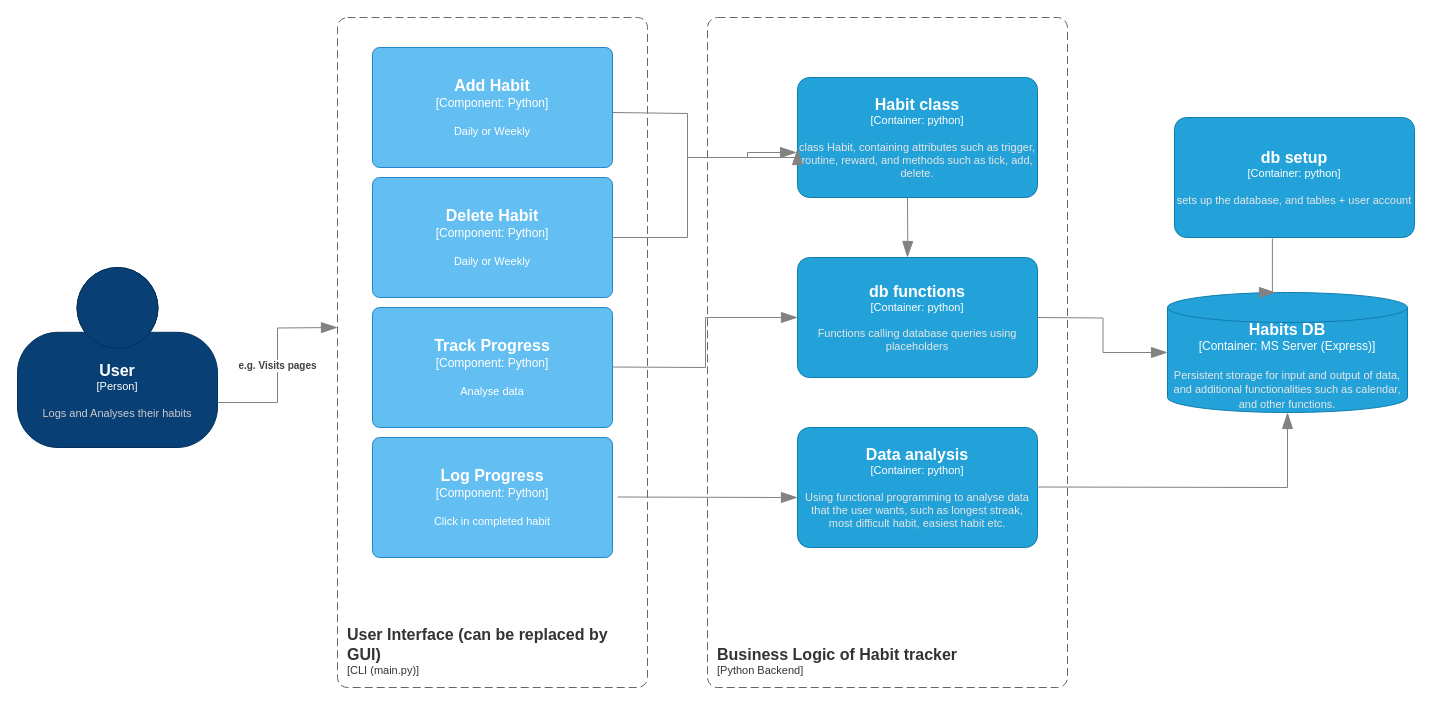
The draw.io diagram Documentation/Usr_flow.drawio in viquta/habit_replacer_tracker, before the edit. Source tidied: cells renumbered, new cells numbered last; positions are measured from the earlier drawing's top-left corner, leaving out a move shared by most shapes. Both pictures are drawn from the tidied source at 100%, with x=0, y=0 at pixel (17, 17).
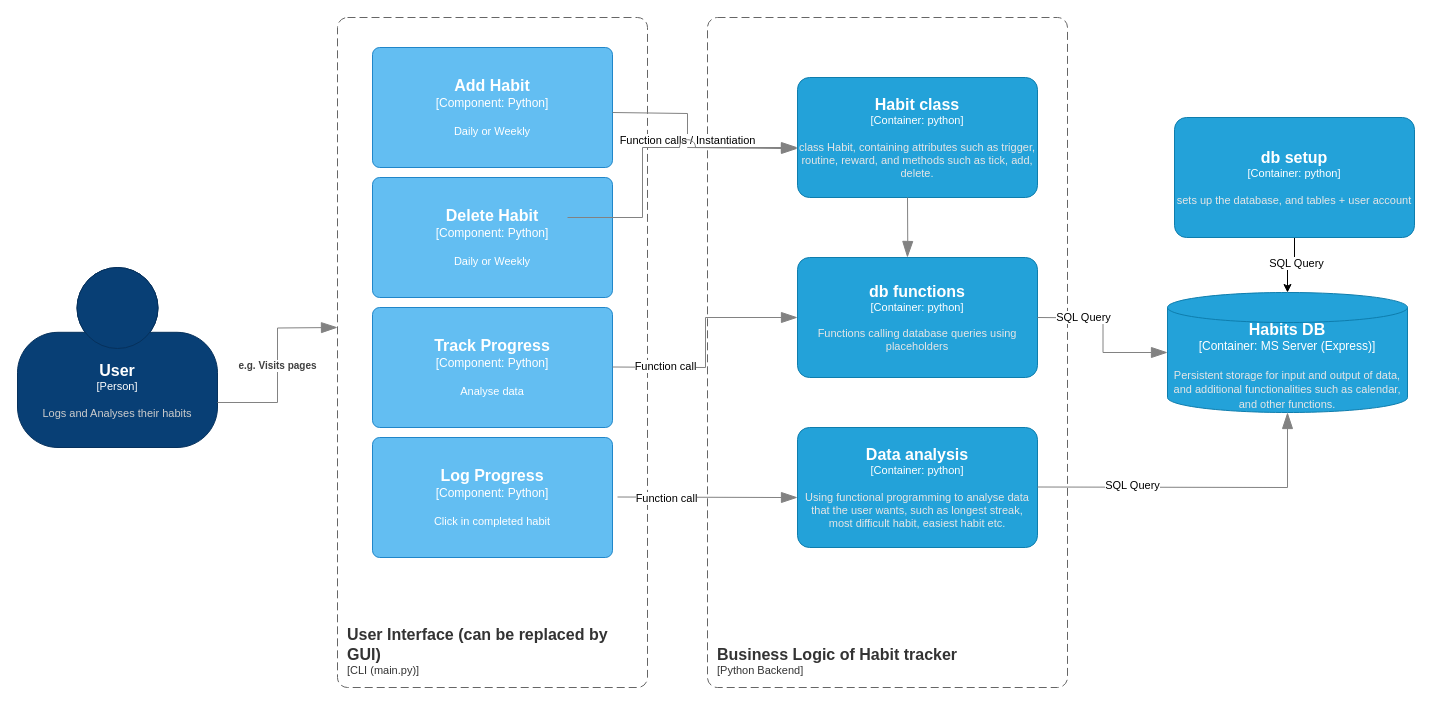
Above is the later version.

The change refers to these unchanged cells:
```xml
<object id="3" label="&lt;font style=&quot;font-size: 16px&quot;&gt;&lt;b&gt;%c4Name%&lt;/b&gt;&lt;/font&gt;&lt;div&gt;[%c4Type%:&amp;nbsp;%c4Technology%]&lt;/div&gt;&lt;br&gt;&lt;div&gt;&lt;font style=&quot;font-size: 11px&quot;&gt;&lt;font color=&quot;#E6E6E6&quot;&gt;%c4Description%&lt;/font&gt;&lt;/div&gt;" c4Description="Persistent storage for input and output of data, and additional functionalities such as calendar, and other functions.  " c4Name="Habits DB" c4Technology="MS Server (Express)" c4Type="Container" placeholders="1">
  <mxCell style="shape=cylinder3;size=15;whiteSpace=wrap;html=1;boundedLbl=1;rounded=0;labelBackgroundColor=none;fillColor=#23A2D9;fontSize=12;fontColor=#ffffff;align=center;strokeColor=#0E7DAD;points=[[0.5,0,0],[1,0.25,0],[1,0.5,0],[1,0.75,0],[0.5,1,0],[0,0.75,0],[0,0.5,0],[0,0.25,0]];" parent="1" vertex="1">
    <mxGeometry x="1150" y="275" width="240" height="120" as="geometry" />
  </mxCell>
</object>
<object id="6" label="&lt;font style=&quot;font-size: 16px&quot;&gt;&lt;b&gt;%c4Name%&lt;/b&gt;&lt;/font&gt;&lt;div&gt;[%c4Type%: %c4Technology%]&lt;/div&gt;&lt;br&gt;&lt;div&gt;&lt;font style=&quot;font-size: 11px&quot;&gt;%c4Description%&lt;/font&gt;&lt;/div&gt;" c4Description="Daily or Weekly" c4Name="Delete Habit" c4Technology="Python" c4Type="Component" placeholders="1">
  <mxCell style="rounded=1;whiteSpace=wrap;html=1;labelBackgroundColor=none;fillColor=#63BEF2;fontColor=#ffffff;align=center;arcSize=6;strokeColor=#2086C9;points=[[0.25,0,0],[0.5,0,0],[0.75,0,0],[1,0.25,0],[1,0.5,0],[1,0.75,0],[0.75,1,0],[0.5,1,0],[0.25,1,0],[0,0.75,0],[0,0.5,0],[0,0.25,0]];" parent="1" vertex="1">
    <mxGeometry x="355" y="160" width="240" height="120" as="geometry" />
  </mxCell>
</object>
<object id="10" label="&lt;font style=&quot;font-size: 16px&quot;&gt;&lt;b&gt;%c4Name%&lt;/b&gt;&lt;/font&gt;&lt;div&gt;[%c4Type%: %c4Technology%]&lt;/div&gt;&lt;br&gt;&lt;div&gt;&lt;font style=&quot;font-size: 11px&quot;&gt;&lt;font color=&quot;#E6E6E6&quot;&gt;%c4Description%&lt;/font&gt;&lt;/div&gt;" c4Description="sets up the database, and tables + user account" c4Name="db setup" c4Technology="python" c4Type="Container" placeholders="1">
  <mxCell style="rounded=1;whiteSpace=wrap;html=1;fontSize=11;labelBackgroundColor=none;fillColor=#23A2D9;fontColor=#ffffff;align=center;arcSize=10;strokeColor=#0E7DAD;points=[[0.25,0,0],[0.5,0,0],[0.75,0,0],[1,0.25,0],[1,0.5,0],[1,0.75,0],[0.75,1,0],[0.5,1,0],[0.25,1,0],[0,0.75,0],[0,0.5,0],[0,0.25,0]];" parent="1" vertex="1">
    <mxGeometry x="1157" y="100" width="240" height="120" as="geometry" />
  </mxCell>
</object>
<object id="12" label="&lt;font style=&quot;font-size: 16px&quot;&gt;&lt;b&gt;%c4Name%&lt;/b&gt;&lt;/font&gt;&lt;div&gt;[%c4Type%: %c4Technology%]&lt;/div&gt;&lt;br&gt;&lt;div&gt;&lt;font style=&quot;font-size: 11px&quot;&gt;&lt;font color=&quot;#E6E6E6&quot;&gt;%c4Description%&lt;/font&gt;&lt;/div&gt;" c4Description="class Habit, containing attributes such as trigger, routine, reward, and methods such as tick, add, delete. " c4Name="Habit class" c4Technology="python" c4Type="Container" placeholders="1">
  <mxCell style="rounded=1;whiteSpace=wrap;html=1;fontSize=11;labelBackgroundColor=none;fillColor=#23A2D9;fontColor=#ffffff;align=center;arcSize=10;strokeColor=#0E7DAD;points=[[0.25,0,0],[0.5,0,0],[0.75,0,0],[1,0.25,0],[1,0.5,0],[1,0.75,0],[0.75,1,0],[0.5,1,0],[0.25,1,0],[0,0.75,0],[0,0.5,0],[0,0.25,0]];" parent="1" vertex="1">
    <mxGeometry x="780" y="60" width="240" height="120" as="geometry" />
  </mxCell>
</object>
<mxCell id="18" style="endArrow=blockThin;html=1;fontSize=10;fontColor=#404040;strokeWidth=1;endFill=1;strokeColor=#828282;elbow=vertical;endSize=14;startSize=14;jumpStyle=arc;jumpSize=16;rounded=0;edgeStyle=orthogonalEdgeStyle;entryX=0;entryY=0.5;entryDx=0;entryDy=0;entryPerimeter=0;" parent="1" edge="1" target="3">
  <mxGeometry relative="1" as="geometry">
    <mxPoint x="1020" y="300" as="sourcePoint" />
  </mxGeometry>
</mxCell>
<mxCell id="19" style="endArrow=blockThin;html=1;fontSize=10;fontColor=#404040;strokeWidth=1;endFill=1;strokeColor=#828282;elbow=vertical;endSize=14;startSize=14;jumpStyle=arc;jumpSize=16;rounded=0;edgeStyle=orthogonalEdgeStyle;entryX=0.5;entryY=1;entryDx=0;entryDy=0;entryPerimeter=0;" parent="1" edge="1" target="3">
  <mxGeometry relative="1" as="geometry">
    <mxPoint x="1020" y="469.5" as="sourcePoint" />
  </mxGeometry>
</mxCell>
<mxCell id="20" style="endArrow=blockThin;html=1;fontSize=10;fontColor=#404040;strokeWidth=1;endFill=1;strokeColor=#828282;elbow=vertical;endSize=14;startSize=14;jumpStyle=arc;jumpSize=16;rounded=0;edgeStyle=orthogonalEdgeStyle;" parent="1" edge="1">
  <mxGeometry relative="1" as="geometry">
    <mxPoint x="600" y="479.5" as="sourcePoint" />
    <mxPoint x="780" y="480" as="targetPoint" />
  </mxGeometry>
</mxCell>
<mxCell id="21" style="endArrow=blockThin;html=1;fontSize=10;fontColor=#404040;strokeWidth=1;endFill=1;strokeColor=#828282;elbow=vertical;endSize=14;startSize=14;jumpStyle=arc;jumpSize=16;rounded=0;edgeStyle=orthogonalEdgeStyle;entryX=0;entryY=0.5;entryDx=0;entryDy=0;entryPerimeter=0;" parent="1" edge="1" target="11">
  <mxGeometry relative="1" as="geometry">
    <mxPoint x="595" y="349.5" as="sourcePoint" />
  </mxGeometry>
</mxCell>
```

What changed in the source:
```diff
@@
+    <mxCell id="17" style="edgeStyle=orthogonalEdgeStyle;rounded=0;jettySize=auto;html=1;" parent="1" edge="1" source="10" target="3">
+      <mxGeometry relative="1" as="geometry" />
+    </mxCell>
+    <mxCell id="23" value="SQL Query" style="edgeLabel;html=1;align=center;verticalAlign=middle;" parent="17" vertex="1">
+      <mxGeometry x="-0.2" y="1" relative="1" as="geometry" />
+    </mxCell>
@@
     <mxCell id="15" style="endArrow=blockThin;html=1;fontSize=10;fontColor=#404040;strokeWidth=1;endFill=1;strokeColor=#828282;elbow=vertical;endSize=14;startSize=14;jumpStyle=arc;jumpSize=16;rounded=0;edgeStyle=orthogonalEdgeStyle;exitX=1;exitY=0.5;exitDx=0;exitDy=0;exitPerimeter=0;entryX=0;entryY=0.592;entryDx=0;entryDy=0;entryPerimeter=0;" parent="1" edge="1" target="12">
       <mxGeometry relative="1" as="geometry">
         <mxPoint x="595" y="95" as="sourcePoint" />
         <Array as="points">
           <mxPoint x="595" y="96" />
           <mxPoint x="670" y="96" />
-          <mxPoint x="670" y="140" />
-          <mxPoint x="780" y="140" />
+          <mxPoint x="670" y="130" />
+          <mxPoint x="740" y="130" />
+          <mxPoint x="740" y="131" />
         </Array>
       </mxGeometry>
     </mxCell>
+    <mxCell id="24" value="Function calls / Instantiation" style="edgeLabel;html=1;align=center;verticalAlign=middle;" parent="15" vertex="1">
+      <mxGeometry x="-0.08" y="-1" relative="1" as="geometry" />
+    </mxCell>
-    <mxCell id="16" style="endArrow=blockThin;html=1;fontSize=10;fontColor=#404040;strokeWidth=1;endFill=1;strokeColor=#828282;elbow=vertical;endSize=14;startSize=14;jumpStyle=arc;jumpSize=16;rounded=0;edgeStyle=orthogonalEdgeStyle;exitX=1;exitY=0.5;exitDx=0;exitDy=0;exitPerimeter=0;entryX=-0.004;entryY=0.625;entryDx=0;entryDy=0;entryPerimeter=0;" parent="1" edge="1" source="6" target="12">
+    <mxCell id="16" style="endArrow=blockThin;html=1;fontSize=10;fontColor=#404040;strokeWidth=1;endFill=1;strokeColor=#828282;elbow=vertical;endSize=14;startSize=14;jumpStyle=arc;jumpSize=16;rounded=0;edgeStyle=orthogonalEdgeStyle;exitX=1;exitY=0.5;exitDx=0;exitDy=0;exitPerimeter=0;" parent="1" edge="1">
       <mxGeometry relative="1" as="geometry">
+        <mxPoint x="550" y="200" as="sourcePoint" />
+        <mxPoint x="780" y="130" as="targetPoint" />
         <Array as="points">
-          <mxPoint x="670" y="220" />
-          <mxPoint x="670" y="140" />
-          <mxPoint x="730" y="140" />
-          <mxPoint x="730" y="135" />
+          <mxPoint x="625" y="200" />
+          <mxPoint x="625" y="130" />
+          <mxPoint x="750" y="130" />
         </Array>
       </mxGeometry>
     </mxCell>
-    <mxCell id="17" style="endArrow=blockThin;html=1;fontSize=10;fontColor=#404040;strokeWidth=1;endFill=1;strokeColor=#828282;elbow=vertical;endSize=14;startSize=14;jumpStyle=arc;jumpSize=16;rounded=0;edgeStyle=orthogonalEdgeStyle;exitX=0.408;exitY=1.008;exitDx=0;exitDy=0;exitPerimeter=0;entryX=0.45;entryY=0;entryDx=0;entryDy=0;entryPerimeter=0;" parent="1" edge="1" source="10" target="3">
-      <mxGeometry relative="1" as="geometry">
-        <Array as="points">
-          <mxPoint x="1255" y="275" />
-        </Array>
-      </mxGeometry>
-    </mxCell>
@@
+    <mxCell id="25" value="SQL Query" style="edgeLabel;html=1;align=center;verticalAlign=middle;" parent="18" vertex="1">
+      <mxGeometry x="-0.45" y="1" relative="1" as="geometry" />
+    </mxCell>
@@
+    <mxCell id="26" value="SQL Query" style="edgeLabel;html=1;align=center;verticalAlign=middle;" parent="19" vertex="1">
+      <mxGeometry x="-0.42" y="2" relative="1" as="geometry" />
+    </mxCell>
@@
+    <mxCell id="27" value="Function call" style="edgeLabel;html=1;align=center;verticalAlign=middle;" parent="20" vertex="1">
+      <mxGeometry x="-0.46" y="-1" relative="1" as="geometry" />
+    </mxCell>
@@
+    <mxCell id="28" value="Function call" style="edgeLabel;html=1;align=center;verticalAlign=middle;" parent="21" vertex="1">
+      <mxGeometry x="-0.56" y="1" relative="1" as="geometry" />
+    </mxCell>
```
